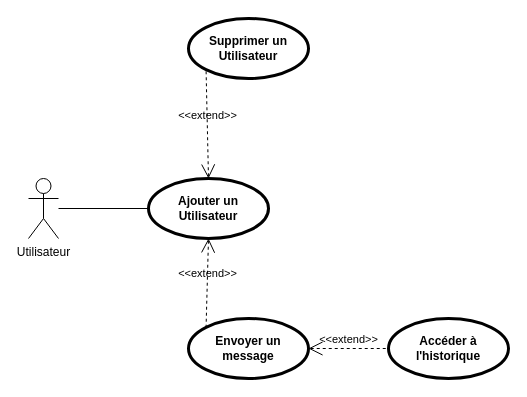
The draw.io diagram Chat Diagram.drawio in tchicoulo/learnathome, before the edit. Source tidied: cells renumbered, new cells numbered last; positions are measured from the earlier drawing's top-left corner, leaving out a move shared by most shapes. Both pictures are drawn from the tidied source at 100%, with x=0, y=0 at pixel (28, 18).
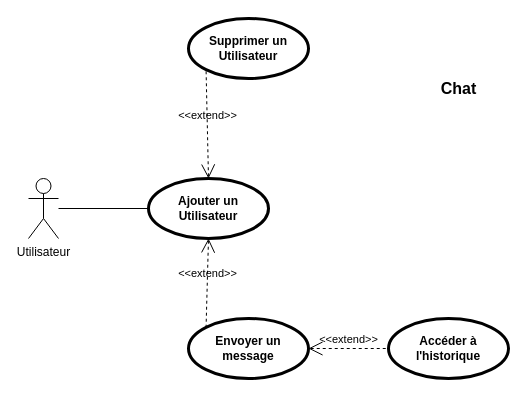
The same diagram, later.

What changed in the source:
```diff
@@
 <mxGraphModel>
   <root>
     <mxCell id="0" />
     <mxCell id="1" parent="0" />
     <mxCell id="2" value="Utilisateur" style="shape=umlActor;html=1;verticalLabelPosition=bottom;verticalAlign=top;align=center;" parent="1" vertex="1">
       <mxGeometry y="160" width="30" height="60" as="geometry" />
     </mxCell>
     <mxCell id="3" value="Ajouter un Utilisateur" style="shape=ellipse;html=1;strokeWidth=3;fontStyle=1;whiteSpace=wrap;align=center;perimeter=ellipsePerimeter;" parent="1" vertex="1">
       <mxGeometry x="120" y="160" width="120" height="60" as="geometry" />
     </mxCell>
     <mxCell id="4" style="edgeStyle=none;html=1;endArrow=none;verticalAlign=bottom;rounded=0;entryX=0;entryY=0.5;entryDx=0;entryDy=0;" parent="1" edge="1" source="2" target="3">
       <mxGeometry relative="1" as="geometry" />
     </mxCell>
     <mxCell id="5" value="Supprimer un Utilisateur" style="shape=ellipse;html=1;strokeWidth=3;fontStyle=1;whiteSpace=wrap;align=center;perimeter=ellipsePerimeter;" parent="1" vertex="1">
       <mxGeometry x="160" width="120" height="60" as="geometry" />
     </mxCell>
     <mxCell id="6" value="Envoyer un message" style="shape=ellipse;html=1;strokeWidth=3;fontStyle=1;whiteSpace=wrap;align=center;perimeter=ellipsePerimeter;" parent="1" vertex="1">
       <mxGeometry x="160" y="300" width="120" height="60" as="geometry" />
     </mxCell>
     <mxCell id="7" value="Accéder à l'historique" style="shape=ellipse;html=1;strokeWidth=3;fontStyle=1;whiteSpace=wrap;align=center;perimeter=ellipsePerimeter;" parent="1" vertex="1">
       <mxGeometry x="360" y="300" width="120" height="60" as="geometry" />
     </mxCell>
     <mxCell id="8" value="&amp;lt;&amp;lt;extend&amp;gt;&amp;gt;" style="edgeStyle=none;html=1;startArrow=open;endArrow=none;startSize=12;verticalAlign=bottom;dashed=1;labelBackgroundColor=none;rounded=0;entryX=0;entryY=0.5;entryDx=0;entryDy=0;exitX=1;exitY=0.5;exitDx=0;exitDy=0;" parent="1" edge="1" source="6" target="7">
       <mxGeometry relative="1" as="geometry" />
     </mxCell>
     <mxCell id="9" value="&amp;lt;&amp;lt;extend&amp;gt;&amp;gt;" style="edgeStyle=none;html=1;startArrow=open;endArrow=none;startSize=12;verticalAlign=bottom;dashed=1;labelBackgroundColor=none;rounded=0;exitX=0.5;exitY=0;exitDx=0;exitDy=0;entryX=0;entryY=1;entryDx=0;entryDy=0;" parent="1" edge="1" source="3" target="5">
       <mxGeometry relative="1" as="geometry" />
     </mxCell>
     <mxCell id="10" value="&amp;lt;&amp;lt;extend&amp;gt;&amp;gt;" style="edgeStyle=none;html=1;startArrow=open;endArrow=none;startSize=12;verticalAlign=bottom;dashed=1;labelBackgroundColor=none;rounded=0;entryX=0;entryY=0;entryDx=0;entryDy=0;exitX=0.5;exitY=1;exitDx=0;exitDy=0;" parent="1" edge="1" source="3" target="6">
       <mxGeometry relative="1" as="geometry" />
     </mxCell>
+    <mxCell id="11" value="&lt;b&gt;&lt;font style=&quot;font-size: 16px;&quot;&gt;Chat&lt;/font&gt;&lt;/b&gt;" style="text;html=1;align=center;verticalAlign=middle;strokeColor=none;fillColor=none;" parent="1" vertex="1">
+      <mxGeometry x="405" y="60" width="50" height="20" as="geometry" />
+    </mxCell>
   </root>
 </mxGraphModel>
```
